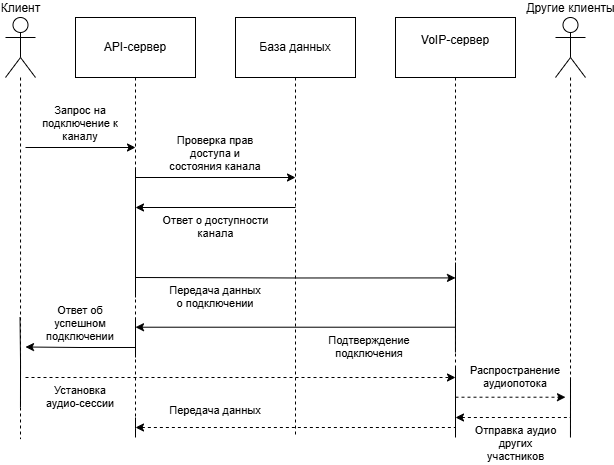
The draw.io diagram Lab Work №3/docs/Диаграмма последовательностей.png in Clonn123/Software-Systems-Architecture-Design, before a commit. Source tidied: cells renumbered, new cells last; positions are measured from the earlier drawing's top-left corner, leaving out a move shared by most shapes.
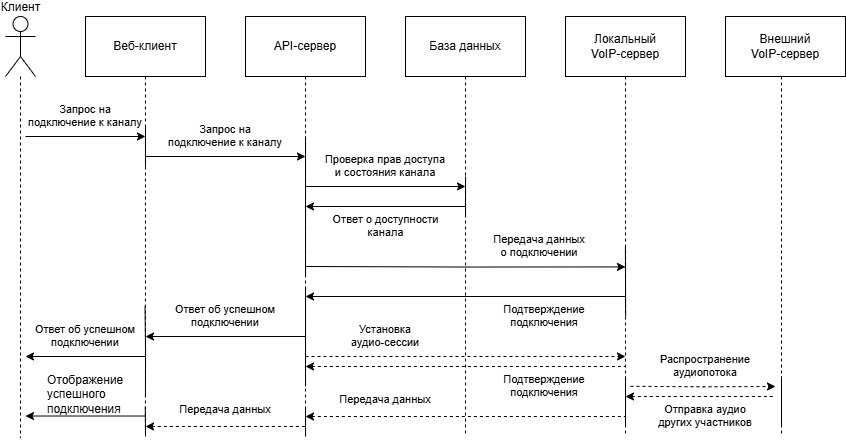
After the change.

Commit message:
Поправил замечания

Change to the diagram source:
```diff
@@ -12,171 +12,247 @@
     </mxCell>
     <mxCell id="4" style="edgeStyle=orthogonalEdgeStyle;shape=connector;rounded=0;jettySize=auto;html=1;dashed=1;strokeColor=default;align=center;verticalAlign=middle;fontFamily=Helvetica;fontSize=11;fontColor=default;labelBackgroundColor=default;endArrow=none;endFill=0;" parent="1" edge="1" source="5">
       <mxGeometry relative="1" as="geometry">
-        <mxPoint x="130" y="420" as="targetPoint" />
+        <mxPoint x="300" y="420" as="targetPoint" />
       </mxGeometry>
     </mxCell>
     <mxCell id="5" value="API-сервер" style="rounded=0;whiteSpace=wrap;html=1;align=center;" parent="1" vertex="1">
-      <mxGeometry x="70" width="120" height="60" as="geometry" />
+      <mxGeometry x="240" width="120" height="60" as="geometry" />
     </mxCell>
     <mxCell id="6" style="edgeStyle=orthogonalEdgeStyle;shape=connector;rounded=0;jettySize=auto;html=1;dashed=1;strokeColor=default;align=center;verticalAlign=middle;fontFamily=Helvetica;fontSize=11;fontColor=default;labelBackgroundColor=default;endArrow=none;endFill=0;" parent="1" edge="1" source="7">
       <mxGeometry relative="1" as="geometry">
-        <mxPoint x="290" y="420" as="targetPoint" />
+        <mxPoint x="460" y="420" as="targetPoint" />
       </mxGeometry>
     </mxCell>
     <mxCell id="7" value="База данных" style="rounded=0;whiteSpace=wrap;html=1;align=center;" parent="1" vertex="1">
-      <mxGeometry x="230" width="120" height="60" as="geometry" />
+      <mxGeometry x="400" width="120" height="60" as="geometry" />
     </mxCell>
     <mxCell id="8" style="edgeStyle=orthogonalEdgeStyle;shape=connector;rounded=0;jettySize=auto;html=1;dashed=1;strokeColor=default;align=center;verticalAlign=middle;fontFamily=Helvetica;fontSize=11;fontColor=default;labelBackgroundColor=default;endArrow=none;endFill=0;" parent="1" edge="1" source="9">
       <mxGeometry relative="1" as="geometry">
-        <mxPoint x="450" y="420" as="targetPoint" />
+        <mxPoint x="620" y="420" as="targetPoint" />
       </mxGeometry>
     </mxCell>
-    <mxCell id="9" value="&#10;VoIP-сервер&#10;&#10;" style="rounded=0;whiteSpace=wrap;html=1;align=center;" parent="1" vertex="1">
-      <mxGeometry x="390" width="120" height="60" as="geometry" />
+    <mxCell id="9" value="Локальный&lt;br&gt;VoIP-сервер" style="rounded=0;whiteSpace=wrap;html=1;align=center;" parent="1" vertex="1">
+      <mxGeometry x="560" width="120" height="60" as="geometry" />
     </mxCell>
-    <mxCell id="10" style="edgeStyle=orthogonalEdgeStyle;shape=connector;rounded=0;jettySize=auto;html=1;dashed=1;strokeColor=default;align=center;verticalAlign=middle;fontFamily=Helvetica;fontSize=11;fontColor=default;labelBackgroundColor=default;endArrow=none;endFill=0;" parent="1" edge="1" source="11">
+    <mxCell id="10" style="edgeStyle=orthogonalEdgeStyle;shape=connector;rounded=0;orthogonalLoop=1;jettySize=auto;html=1;dashed=1;strokeColor=default;align=center;verticalAlign=middle;fontFamily=Helvetica;fontSize=11;fontColor=default;labelBackgroundColor=default;endArrow=none;endFill=0;" parent="1" edge="1">
       <mxGeometry relative="1" as="geometry">
-        <mxPoint x="565" y="420" as="targetPoint" />
+        <mxPoint x="776" y="60" as="sourcePoint" />
+        <mxPoint x="776" y="420" as="targetPoint" />
       </mxGeometry>
     </mxCell>
-    <mxCell id="11" value="Другие клиенты" style="shape=umlActor;verticalLabelPosition=top;verticalAlign=bottom;html=1;outlineConnect=0;align=center;labelPosition=center;" parent="1" vertex="1">
-      <mxGeometry x="550" width="30" height="60" as="geometry" />
-    </mxCell>
     <mxCell id="12" style="endArrow=classic;html=1;rounded=0;strokeColor=default;align=center;verticalAlign=middle;fontFamily=Helvetica;fontSize=11;fontColor=default;labelBackgroundColor=default;edgeStyle=orthogonalEdgeStyle;" parent="1" edge="1">
       <mxGeometry relative="1" as="geometry">
-        <mxPoint x="20" y="130" as="sourcePoint" />
-        <mxPoint x="130" y="130" as="targetPoint" />
+        <mxPoint x="20" y="120" as="sourcePoint" />
+        <mxPoint x="140" y="120" as="targetPoint" />
       </mxGeometry>
     </mxCell>
     <mxCell id="13" value="Запрос на подключение к каналу" style="text;whiteSpace=wrap;html=1;fontFamily=Helvetica;fontSize=11;fontColor=default;labelBackgroundColor=none;align=center;" parent="1" vertex="1">
-      <mxGeometry x="35" y="80" width="80" height="40" as="geometry" />
+      <mxGeometry x="20" y="80" width="120" height="40" as="geometry" />
     </mxCell>
     <mxCell id="14" style="endArrow=classic;html=1;rounded=0;strokeColor=default;align=center;verticalAlign=middle;fontFamily=Helvetica;fontSize=11;fontColor=default;labelBackgroundColor=default;edgeStyle=orthogonalEdgeStyle;" parent="1" edge="1">
       <mxGeometry relative="1" as="geometry">
-        <mxPoint x="130" y="160" as="sourcePoint" />
-        <mxPoint x="290" y="160" as="targetPoint" />
+        <mxPoint x="300" y="170" as="sourcePoint" />
+        <mxPoint x="460" y="170" as="targetPoint" />
       </mxGeometry>
     </mxCell>
     <mxCell id="15" style="endArrow=classic;html=1;rounded=0;strokeColor=default;align=center;verticalAlign=middle;fontFamily=Helvetica;fontSize=11;fontColor=default;labelBackgroundColor=default;edgeStyle=orthogonalEdgeStyle;dashed=1;" parent="1" edge="1">
       <mxGeometry relative="1" as="geometry">
-        <mxPoint x="450" y="379.7" as="sourcePoint" />
-        <mxPoint x="560" y="379.7" as="targetPoint" />
+        <mxPoint x="625" y="369.8" as="sourcePoint" />
+        <mxPoint x="770" y="370" as="targetPoint" />
       </mxGeometry>
     </mxCell>
     <mxCell id="16" value="Проверка прав доступа и состояния канала" style="text;whiteSpace=wrap;html=1;fontFamily=Helvetica;fontSize=11;fontColor=default;labelBackgroundColor=none;align=center;" parent="1" vertex="1">
-      <mxGeometry x="160" y="110" width="100" height="40" as="geometry" />
+      <mxGeometry x="315" y="130" width="130" height="40" as="geometry" />
     </mxCell>
     <mxCell id="17" style="endArrow=none;html=1;rounded=0;strokeColor=default;align=center;verticalAlign=middle;fontFamily=Helvetica;fontSize=11;fontColor=default;labelBackgroundColor=default;edgeStyle=orthogonalEdgeStyle;startArrow=classic;startFill=1;endFill=0;" parent="1" edge="1">
       <mxGeometry relative="1" as="geometry">
-        <mxPoint x="130" y="190" as="sourcePoint" />
-        <mxPoint x="290" y="190" as="targetPoint" />
+        <mxPoint x="300" y="190" as="sourcePoint" />
+        <mxPoint x="460" y="190" as="targetPoint" />
       </mxGeometry>
     </mxCell>
     <mxCell id="18" style="endArrow=none;html=1;rounded=0;strokeColor=default;align=center;verticalAlign=middle;fontFamily=Helvetica;fontSize=11;fontColor=default;labelBackgroundColor=default;edgeStyle=orthogonalEdgeStyle;" parent="1" edge="1">
       <mxGeometry relative="1" as="geometry">
-        <mxPoint x="130" y="150" as="sourcePoint" />
-        <mxPoint x="130" y="280" as="targetPoint" />
+        <mxPoint x="300" y="120" as="sourcePoint" />
+        <mxPoint x="300" y="260" as="targetPoint" />
       </mxGeometry>
     </mxCell>
     <mxCell id="19" value="Ответ о доступности канала" style="text;whiteSpace=wrap;html=1;fontFamily=Helvetica;fontSize=11;fontColor=default;labelBackgroundColor=none;align=center;" parent="1" vertex="1">
-      <mxGeometry x="152.5" y="190" width="115" height="40" as="geometry" />
+      <mxGeometry x="322.5" y="190" width="115" height="40" as="geometry" />
     </mxCell>
     <mxCell id="20" value="Передача данных о подключении" style="text;whiteSpace=wrap;html=1;fontFamily=Helvetica;fontSize=11;fontColor=default;labelBackgroundColor=none;align=center;" parent="1" vertex="1">
-      <mxGeometry x="160" y="260" width="100" height="40" as="geometry" />
+      <mxGeometry x="484" y="210" width="100" height="40" as="geometry" />
     </mxCell>
     <mxCell id="21" style="endArrow=classic;html=1;rounded=0;strokeColor=default;align=center;verticalAlign=middle;fontFamily=Helvetica;fontSize=11;fontColor=default;labelBackgroundColor=default;edgeStyle=orthogonalEdgeStyle;" parent="1" edge="1">
       <mxGeometry relative="1" as="geometry">
-        <mxPoint x="130" y="260" as="sourcePoint" />
-        <mxPoint x="450" y="260.4" as="targetPoint" />
+        <mxPoint x="300" y="250" as="sourcePoint" />
+        <mxPoint x="620" y="250.4" as="targetPoint" />
       </mxGeometry>
     </mxCell>
-    <mxCell id="22" style="endArrow=none;html=1;rounded=0;strokeColor=default;align=center;verticalAlign=middle;fontFamily=Helvetica;fontSize=11;fontColor=default;labelBackgroundColor=default;edgeStyle=orthogonalEdgeStyle;" parent="1" edge="1">
+    <mxCell id="22" style="endArrow=none;html=1;rounded=0;strokeColor=default;align=center;verticalAlign=middle;fontFamily=Helvetica;fontSize=11;fontColor=default;labelBackgroundColor=default;" parent="1" edge="1">
       <mxGeometry relative="1" as="geometry">
-        <mxPoint x="450" y="245" as="sourcePoint" />
-        <mxPoint x="449.9" y="335" as="targetPoint" />
+        <mxPoint x="619.9" y="230" as="sourcePoint" />
+        <mxPoint x="620.1" y="300" as="targetPoint" />
       </mxGeometry>
     </mxCell>
     <mxCell id="23" style="endArrow=none;html=1;rounded=0;strokeColor=default;align=center;verticalAlign=middle;fontFamily=Helvetica;fontSize=11;fontColor=default;labelBackgroundColor=default;edgeStyle=orthogonalEdgeStyle;startArrow=classic;startFill=1;endFill=0;" parent="1" edge="1">
       <mxGeometry relative="1" as="geometry">
-        <mxPoint x="130" y="309.7" as="sourcePoint" />
-        <mxPoint x="450" y="309.7" as="targetPoint" />
+        <mxPoint x="300" y="280" as="sourcePoint" />
+        <mxPoint x="620" y="280" as="targetPoint" />
       </mxGeometry>
     </mxCell>
     <mxCell id="24" value="Подтверждение подключения" style="text;whiteSpace=wrap;html=1;fontFamily=Helvetica;fontSize=11;fontColor=default;labelBackgroundColor=none;align=center;" parent="1" vertex="1">
-      <mxGeometry x="309" y="310" width="110" height="40" as="geometry" />
+      <mxGeometry x="484" y="280" width="110" height="40" as="geometry" />
     </mxCell>
     <mxCell id="25" style="endArrow=none;html=1;rounded=0;strokeColor=default;align=center;verticalAlign=middle;fontFamily=Helvetica;fontSize=11;fontColor=default;labelBackgroundColor=default;edgeStyle=orthogonalEdgeStyle;" parent="1" edge="1">
       <mxGeometry relative="1" as="geometry">
-        <mxPoint x="14.5" y="300" as="sourcePoint" />
-        <mxPoint x="15" y="390" as="targetPoint" />
+        <mxPoint x="139.5" y="290" as="sourcePoint" />
+        <mxPoint x="139.9" y="380" as="targetPoint" />
       </mxGeometry>
     </mxCell>
     <mxCell id="26" style="endArrow=classic;html=1;rounded=0;strokeColor=default;align=center;verticalAlign=middle;fontFamily=Helvetica;fontSize=11;fontColor=default;labelBackgroundColor=default;edgeStyle=orthogonalEdgeStyle;dashed=1;" parent="1" edge="1">
       <mxGeometry relative="1" as="geometry">
-        <mxPoint x="20" y="360" as="sourcePoint" />
-        <mxPoint x="450" y="360" as="targetPoint" />
+        <mxPoint x="300" y="340" as="sourcePoint" />
+        <mxPoint x="620" y="340" as="targetPoint" />
       </mxGeometry>
     </mxCell>
     <mxCell id="27" value="Установка аудио-сессии" style="text;whiteSpace=wrap;html=1;fontFamily=Helvetica;fontSize=11;fontColor=default;labelBackgroundColor=none;align=center;" parent="1" vertex="1">
-      <mxGeometry x="35" y="360" width="80" height="40" as="geometry" />
+      <mxGeometry x="340" y="300" width="80" height="40" as="geometry" />
     </mxCell>
     <mxCell id="28" style="endArrow=none;html=1;rounded=0;strokeColor=default;align=center;verticalAlign=middle;fontFamily=Helvetica;fontSize=11;fontColor=default;labelBackgroundColor=default;edgeStyle=orthogonalEdgeStyle;" parent="1" edge="1">
       <mxGeometry relative="1" as="geometry">
-        <mxPoint x="450" y="350" as="sourcePoint" />
-        <mxPoint x="450" y="420" as="targetPoint" />
+        <mxPoint x="620" y="360" as="sourcePoint" />
+        <mxPoint x="620" y="410" as="targetPoint" />
       </mxGeometry>
     </mxCell>
     <mxCell id="29" value="Распространение аудиопотока" style="text;whiteSpace=wrap;html=1;fontFamily=Helvetica;fontSize=11;fontColor=default;labelBackgroundColor=none;align=center;" parent="1" vertex="1">
-      <mxGeometry x="470" y="340" width="80" height="40" as="geometry" />
+      <mxGeometry x="660" y="330" width="80" height="40" as="geometry" />
     </mxCell>
     <mxCell id="30" style="endArrow=none;html=1;rounded=0;strokeColor=default;align=center;verticalAlign=middle;fontFamily=Helvetica;fontSize=11;fontColor=default;labelBackgroundColor=default;edgeStyle=orthogonalEdgeStyle;" parent="1" edge="1">
       <mxGeometry relative="1" as="geometry">
-        <mxPoint x="130" y="300" as="sourcePoint" />
-        <mxPoint x="130" y="340" as="targetPoint" />
+        <mxPoint x="300" y="270" as="sourcePoint" />
+        <mxPoint x="300" y="370" as="targetPoint" />
       </mxGeometry>
     </mxCell>
     <mxCell id="31" style="endArrow=none;html=1;rounded=0;strokeColor=default;align=center;verticalAlign=middle;fontFamily=Helvetica;fontSize=11;fontColor=default;labelBackgroundColor=default;edgeStyle=orthogonalEdgeStyle;startArrow=classic;startFill=1;endFill=0;" parent="1" edge="1">
       <mxGeometry relative="1" as="geometry">
-        <mxPoint x="20" y="329.5" as="sourcePoint" />
-        <mxPoint x="130" y="330" as="targetPoint" />
+        <mxPoint x="140" y="320" as="sourcePoint" />
+        <mxPoint x="300" y="320" as="targetPoint" />
       </mxGeometry>
     </mxCell>
     <mxCell id="32" value="Ответ об успешном подключении" style="text;whiteSpace=wrap;html=1;fontFamily=Helvetica;fontSize=11;fontColor=default;labelBackgroundColor=none;align=center;" parent="1" vertex="1">
-      <mxGeometry x="35" y="280" width="80" height="40" as="geometry" />
+      <mxGeometry x="165" y="280" width="110" height="40" as="geometry" />
     </mxCell>
     <mxCell id="33" style="endArrow=none;html=1;rounded=0;strokeColor=default;align=center;verticalAlign=middle;fontFamily=Helvetica;fontSize=11;fontColor=default;labelBackgroundColor=default;edgeStyle=orthogonalEdgeStyle;" parent="1" edge="1">
       <mxGeometry relative="1" as="geometry">
-        <mxPoint x="565" y="360" as="sourcePoint" />
-        <mxPoint x="565" y="420" as="targetPoint" />
+        <mxPoint x="776" y="360" as="sourcePoint" />
+        <mxPoint x="776" y="410" as="targetPoint" />
       </mxGeometry>
     </mxCell>
     <mxCell id="34" style="endArrow=none;html=1;rounded=0;strokeColor=default;align=center;verticalAlign=middle;fontFamily=Helvetica;fontSize=11;fontColor=default;labelBackgroundColor=default;edgeStyle=orthogonalEdgeStyle;startArrow=classic;startFill=1;endFill=0;dashed=1;" parent="1" edge="1">
       <mxGeometry relative="1" as="geometry">
-        <mxPoint x="450" y="400" as="sourcePoint" />
-        <mxPoint x="565" y="400" as="targetPoint" />
+        <mxPoint x="620" y="380" as="sourcePoint" />
+        <mxPoint x="770" y="380" as="targetPoint" />
       </mxGeometry>
     </mxCell>
     <mxCell id="35" value="Отправка аудио других участников" style="text;whiteSpace=wrap;html=1;fontFamily=Helvetica;fontSize=11;fontColor=default;labelBackgroundColor=none;align=center;" parent="1" vertex="1">
-      <mxGeometry x="462.5" y="400" width="95" height="40" as="geometry" />
+      <mxGeometry x="646.2" y="380" width="107.5" height="40" as="geometry" />
     </mxCell>
     <mxCell id="36" style="endArrow=none;html=1;rounded=0;strokeColor=default;align=center;verticalAlign=middle;fontFamily=Helvetica;fontSize=11;fontColor=default;labelBackgroundColor=default;edgeStyle=orthogonalEdgeStyle;startArrow=classic;startFill=1;endFill=0;dashed=1;" parent="1" edge="1">
       <mxGeometry relative="1" as="geometry">
-        <mxPoint x="130" y="410" as="sourcePoint" />
-        <mxPoint x="450" y="410" as="targetPoint" />
+        <mxPoint x="300" y="400" as="sourcePoint" />
+        <mxPoint x="620" y="400" as="targetPoint" />
       </mxGeometry>
     </mxCell>
     <mxCell id="37" value="Передача данных" style="text;whiteSpace=wrap;html=1;fontFamily=Helvetica;fontSize=11;fontColor=default;labelBackgroundColor=none;align=center;" parent="1" vertex="1">
-      <mxGeometry x="160" y="380" width="100" height="30" as="geometry" />
+      <mxGeometry x="330" y="370" width="100" height="30" as="geometry" />
     </mxCell>
     <mxCell id="38" style="endArrow=none;html=1;rounded=0;strokeColor=default;align=center;verticalAlign=middle;fontFamily=Helvetica;fontSize=11;fontColor=default;labelBackgroundColor=default;edgeStyle=orthogonalEdgeStyle;" parent="1" edge="1">
       <mxGeometry relative="1" as="geometry">
-        <mxPoint x="130" y="420" as="sourcePoint" />
-        <mxPoint x="130" y="400" as="targetPoint" />
+        <mxPoint x="300" y="420" as="sourcePoint" />
+        <mxPoint x="300" y="390" as="targetPoint" />
         <Array as="points">
-          <mxPoint x="130" y="411" />
-          <mxPoint x="130" y="411" />
+          <mxPoint x="300" y="411" />
+          <mxPoint x="300" y="411" />
         </Array>
       </mxGeometry>
     </mxCell>
+    <mxCell id="39" value="Веб-клиент" style="rounded=0;whiteSpace=wrap;html=1;align=center;" parent="1" vertex="1">
+      <mxGeometry x="80" width="120" height="60" as="geometry" />
+    </mxCell>
+    <mxCell id="40" style="edgeStyle=orthogonalEdgeStyle;shape=connector;rounded=0;orthogonalLoop=1;jettySize=auto;html=1;dashed=1;strokeColor=default;align=center;verticalAlign=middle;fontFamily=Helvetica;fontSize=11;fontColor=default;labelBackgroundColor=default;endArrow=none;endFill=0;" parent="1" edge="1">
+      <mxGeometry relative="1" as="geometry">
+        <mxPoint x="140" y="60" as="sourcePoint" />
+        <mxPoint x="140" y="420" as="targetPoint" />
+      </mxGeometry>
+    </mxCell>
+    <mxCell id="41" value="Запрос на подключение к каналу" style="text;whiteSpace=wrap;html=1;fontFamily=Helvetica;fontSize=11;fontColor=default;labelBackgroundColor=none;align=center;" parent="1" vertex="1">
+      <mxGeometry x="160" y="100" width="120" height="40" as="geometry" />
+    </mxCell>
+    <mxCell id="42" style="endArrow=classic;html=1;rounded=0;strokeColor=default;align=center;verticalAlign=middle;fontFamily=Helvetica;fontSize=11;fontColor=default;labelBackgroundColor=default;edgeStyle=orthogonalEdgeStyle;" parent="1" edge="1">
+      <mxGeometry relative="1" as="geometry">
+        <mxPoint x="140" y="140" as="sourcePoint" />
+        <mxPoint x="300" y="140" as="targetPoint" />
+      </mxGeometry>
+    </mxCell>
+    <mxCell id="43" style="endArrow=none;html=1;rounded=0;strokeColor=default;align=center;verticalAlign=middle;fontFamily=Helvetica;fontSize=11;fontColor=default;labelBackgroundColor=default;edgeStyle=orthogonalEdgeStyle;startArrow=classic;startFill=1;endFill=0;" parent="1" edge="1">
+      <mxGeometry relative="1" as="geometry">
+        <mxPoint x="20" y="340" as="sourcePoint" />
+        <mxPoint x="140" y="340" as="targetPoint" />
+      </mxGeometry>
+    </mxCell>
+    <mxCell id="44" value="Ответ об успешном подключении" style="text;whiteSpace=wrap;html=1;fontFamily=Helvetica;fontSize=11;fontColor=default;labelBackgroundColor=none;align=center;" parent="1" vertex="1">
+      <mxGeometry x="25" y="300" width="110" height="40" as="geometry" />
+    </mxCell>
+    <mxCell id="45" style="endArrow=none;html=1;rounded=0;strokeColor=default;align=center;verticalAlign=middle;fontFamily=Helvetica;fontSize=11;fontColor=default;labelBackgroundColor=default;edgeStyle=orthogonalEdgeStyle;startArrow=classic;startFill=1;endFill=0;dashed=1;" parent="1" edge="1">
+      <mxGeometry relative="1" as="geometry">
+        <mxPoint x="300" y="350" as="sourcePoint" />
+        <mxPoint x="620" y="350" as="targetPoint" />
+      </mxGeometry>
+    </mxCell>
+    <mxCell id="46" value="Подтверждение подключения" style="text;whiteSpace=wrap;html=1;fontFamily=Helvetica;fontSize=11;fontColor=default;labelBackgroundColor=none;align=center;" parent="1" vertex="1">
+      <mxGeometry x="484" y="350" width="110" height="40" as="geometry" />
+    </mxCell>
+    <mxCell id="47" style="endArrow=none;html=1;rounded=0;strokeColor=default;align=center;verticalAlign=middle;fontFamily=Helvetica;fontSize=11;fontColor=default;labelBackgroundColor=default;edgeStyle=orthogonalEdgeStyle;startArrow=classic;startFill=1;endFill=0;dashed=1;" parent="1" edge="1">
+      <mxGeometry relative="1" as="geometry">
+        <mxPoint x="140" y="410" as="sourcePoint" />
+        <mxPoint x="300" y="410" as="targetPoint" />
+      </mxGeometry>
+    </mxCell>
+    <mxCell id="48" value="Передача данных" style="text;whiteSpace=wrap;html=1;fontFamily=Helvetica;fontSize=11;fontColor=default;labelBackgroundColor=none;align=center;" parent="1" vertex="1">
+      <mxGeometry x="170" y="380" width="100" height="30" as="geometry" />
+    </mxCell>
+    <mxCell id="49" value="Отображение успешного подключения" style="text;whiteSpace=wrap;" parent="1" vertex="1">
+      <mxGeometry x="40" y="350" width="80" height="50" as="geometry" />
+    </mxCell>
+    <mxCell id="50" style="endArrow=none;html=1;rounded=0;strokeColor=default;align=center;verticalAlign=middle;fontFamily=Helvetica;fontSize=11;fontColor=default;labelBackgroundColor=default;" parent="1" edge="1">
+      <mxGeometry relative="1" as="geometry">
+        <mxPoint x="140" y="420" as="sourcePoint" />
+        <mxPoint x="139.8" y="390" as="targetPoint" />
+      </mxGeometry>
+    </mxCell>
+    <mxCell id="51" style="endArrow=none;html=1;rounded=0;strokeColor=default;align=center;verticalAlign=middle;fontFamily=Helvetica;fontSize=11;fontColor=default;labelBackgroundColor=default;edgeStyle=orthogonalEdgeStyle;startArrow=classic;startFill=1;endFill=0;" parent="1" edge="1">
+      <mxGeometry relative="1" as="geometry">
+        <mxPoint x="20" y="399.5" as="sourcePoint" />
+        <mxPoint x="140" y="399.5" as="targetPoint" />
+      </mxGeometry>
+    </mxCell>
+    <mxCell id="52" style="endArrow=none;html=1;rounded=0;strokeColor=default;align=center;verticalAlign=middle;fontFamily=Helvetica;fontSize=11;fontColor=default;labelBackgroundColor=default;" parent="1" edge="1">
+      <mxGeometry relative="1" as="geometry">
+        <mxPoint x="140" y="150" as="sourcePoint" />
+        <mxPoint x="140" y="110" as="targetPoint" />
+      </mxGeometry>
+    </mxCell>
+    <mxCell id="53" style="endArrow=none;html=1;rounded=0;strokeColor=default;align=center;verticalAlign=middle;fontFamily=Helvetica;fontSize=11;fontColor=default;labelBackgroundColor=default;" parent="1" edge="1">
+      <mxGeometry relative="1" as="geometry">
+        <mxPoint x="460" y="200" as="sourcePoint" />
+        <mxPoint x="460" y="160" as="targetPoint" />
+        <Array as="points">
+          <mxPoint x="460" y="180" />
+        </Array>
+      </mxGeometry>
+    </mxCell>
+    <mxCell id="54" value="Внешний&lt;br&gt;VoIP-сервер" style="rounded=0;whiteSpace=wrap;html=1;align=center;" parent="1" vertex="1">
+      <mxGeometry x="720" width="120" height="60" as="geometry" />
+    </mxCell>
   </root>
 </mxGraphModel>
```
